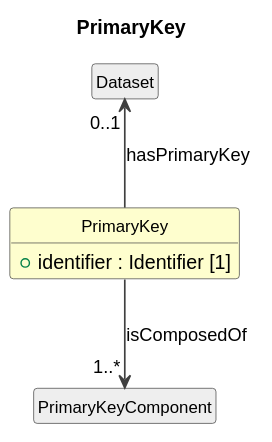
Earlier version of the PlantUML export cdif-uml-model/CDIFDataDescription/Classes/PrimaryKey.svg (Cross-Domain-Interoperability-Framework/metadataBuildingBlocks).
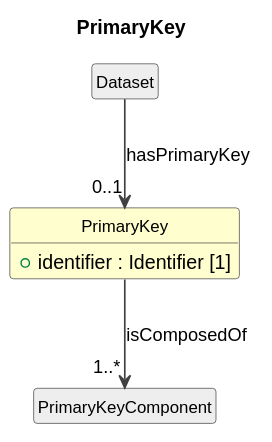
The same file after the commit.

The edit, as a diff of the source:
```diff
@@ -16,5 +16,5 @@
 class "PrimaryKeyComponent" as PrimaryKeyComponent #EEEEEE
 PrimaryKey --> "1..*" PrimaryKeyComponent : isComposedOf
 class "Dataset" as Dataset #EEEEEE
-Dataset "0..1" <-- PrimaryKey : hasPrimaryKey
+Dataset --> "0..1" PrimaryKey : hasPrimaryKey
 @enduml
```
